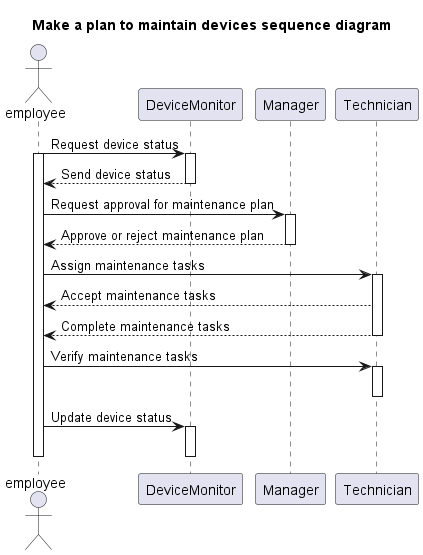
baonehe/SE357-Pratice-class keeps this PlantUML diagram as Lab1.2/Sequence diagram/Make a plan to maintain_seq.png. Above is the earlier version.
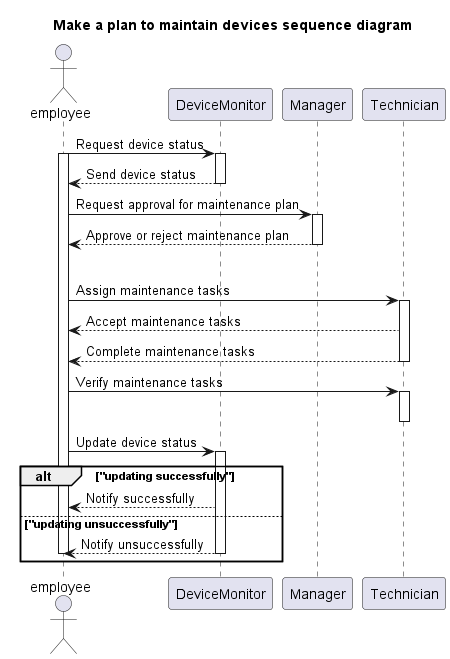
The same file after the commit.

The edit, as a diff of the source:
```diff
@@ -15,6 +15,7 @@
 activate Manager
 Manager --> employee : Approve or reject maintenance plan
 deactivate Manager
+alt "approving by Manager"
 employee -> Technician : Assign maintenance tasks
 activate Technician
 Technician --> employee : Accept maintenance tasks
@@ -25,6 +26,11 @@
 deactivate Technician
 employee -> DeviceMonitor : Update device status
 activate DeviceMonitor
+alt "updating successfully"
+DeviceMonitor --> employee : Notify successfully
+else "updating unsuccessfully"
+DeviceMonitor --> employee : Notify unsuccessfully
 deactivate DeviceMonitor
 deactivate employee
+end
 @enduml
```
